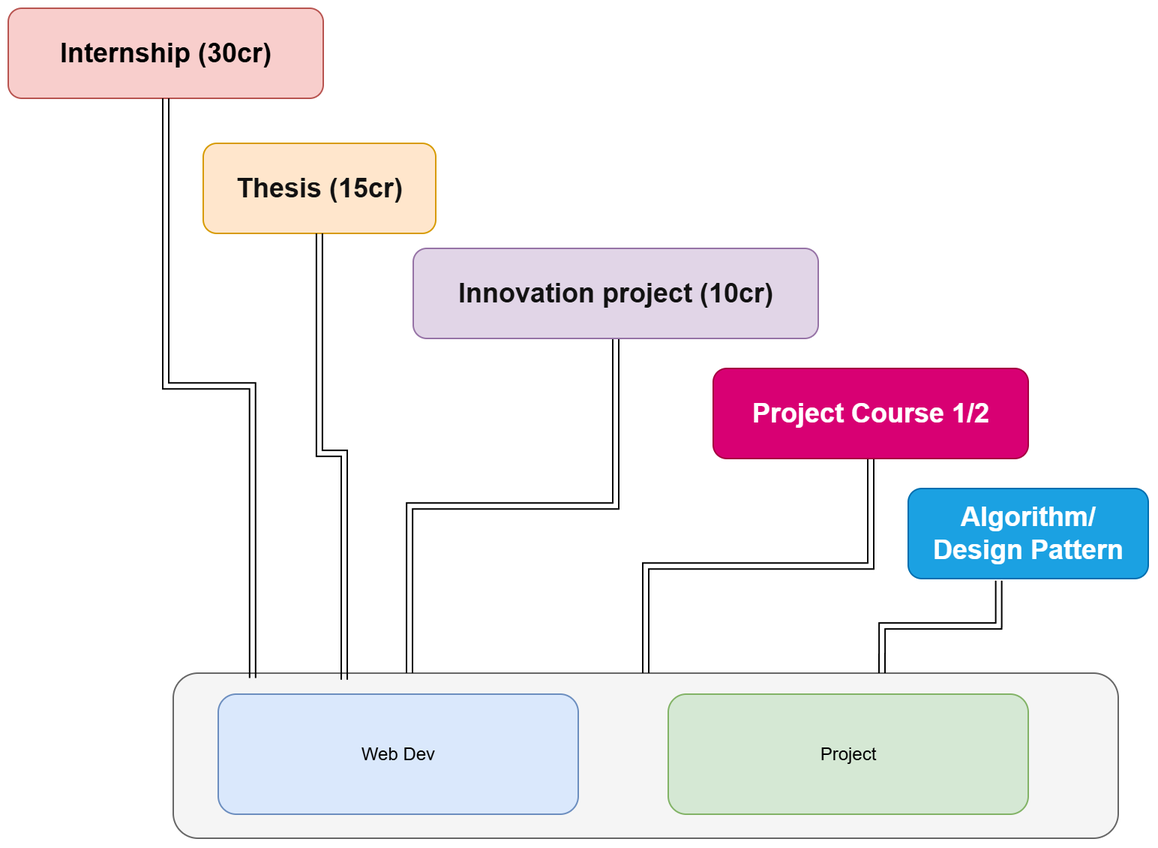
Earlier version of the draw.io export material/img/Relevance.png (tx00-web-en/Learning-Material-And-Tasks). Source tidied: cells renumbered, new cells last; positions are measured from the earlier drawing's top-left corner, leaving out a move shared by most shapes. Source of this version:
```xml
<mxGraphModel>
  <root>
    <mxCell id="0" />
    <mxCell id="1" parent="0" />
    <mxCell id="2" style="rounded=1;whiteSpace=wrap;html=1;fillColor=#f5f5f5;fontColor=#333333;strokeColor=#666666;" parent="1" vertex="1">
      <mxGeometry x="110" y="443" width="630" height="110" as="geometry" />
    </mxCell>
    <mxCell id="3" value="Web Dev" style="rounded=1;whiteSpace=wrap;html=1;fillColor=#dae8fc;strokeColor=#6c8ebf;" parent="1" vertex="1">
      <mxGeometry x="140" y="457" width="240" height="80" as="geometry" />
    </mxCell>
    <mxCell id="4" value="Project" style="rounded=1;whiteSpace=wrap;html=1;fillColor=#d5e8d4;strokeColor=#82b366;" parent="1" vertex="1">
      <mxGeometry x="440" y="457" width="240" height="80" as="geometry" />
    </mxCell>
    <mxCell id="5" value="&lt;b&gt;&lt;font style=&quot;font-size: 18px;&quot;&gt;Internship (30cr)&lt;/font&gt;&lt;/b&gt;" style="rounded=1;whiteSpace=wrap;html=1;fillColor=#f8cecc;strokeColor=#b85450;" parent="1" vertex="1">
      <mxGeometry width="210" height="60" as="geometry" />
    </mxCell>
    <mxCell id="6" style="edgeStyle=orthogonalEdgeStyle;rounded=0;jettySize=auto;html=1;entryX=0.084;entryY=0.03;entryDx=0;entryDy=0;entryPerimeter=0;endArrow=none;endFill=0;startArrow=classic;startFill=1;shape=link;" parent="1" edge="1" source="5" target="2">
      <mxGeometry relative="1" as="geometry" />
    </mxCell>
    <mxCell id="7" style="edgeStyle=orthogonalEdgeStyle;rounded=0;jettySize=auto;html=1;entryX=0.25;entryY=0;entryDx=0;entryDy=0;shape=link;" parent="1" edge="1" source="8" target="2">
      <mxGeometry relative="1" as="geometry" />
    </mxCell>
    <mxCell id="8" value="&lt;b&gt;&lt;font color=&quot;#121212&quot;&gt;&lt;font style=&quot;font-size: 18px;&quot;&gt;Innovation project (10cr)&lt;/font&gt;&lt;/font&gt;&lt;/b&gt;" style="rounded=1;whiteSpace=wrap;html=1;fillColor=#e1d5e7;strokeColor=#9673a6;" parent="1" vertex="1">
      <mxGeometry x="270" y="160" width="270" height="60" as="geometry" />
    </mxCell>
    <mxCell id="9" style="edgeStyle=orthogonalEdgeStyle;rounded=0;jettySize=auto;html=1;entryX=0.5;entryY=0;entryDx=0;entryDy=0;startArrow=none;startFill=0;shape=link;" parent="1" edge="1" source="10" target="2">
      <mxGeometry relative="1" as="geometry" />
    </mxCell>
    <mxCell id="10" value="&lt;b&gt;&lt;font style=&quot;font-size: 18px;&quot;&gt;Project Course 1/2&lt;/font&gt;&lt;/b&gt;" style="rounded=1;whiteSpace=wrap;html=1;fillColor=#d80073;strokeColor=#A50040;fontColor=#ffffff;" parent="1" vertex="1">
      <mxGeometry x="470" y="240" width="210" height="60" as="geometry" />
    </mxCell>
    <mxCell id="11" value="&lt;b&gt;&lt;font style=&quot;font-size: 18px;&quot;&gt;Algorithm/&lt;/font&gt;&lt;/b&gt;&lt;div&gt;&lt;b&gt;&lt;font style=&quot;font-size: 18px;&quot;&gt;Design Pattern&lt;/font&gt;&lt;/b&gt;&lt;/div&gt;" style="rounded=1;whiteSpace=wrap;html=1;fillColor=#1ba1e2;strokeColor=#006EAF;fontColor=#ffffff;" parent="1" vertex="1">
      <mxGeometry x="600" y="320" width="160" height="60" as="geometry" />
    </mxCell>
    <mxCell id="12" style="edgeStyle=orthogonalEdgeStyle;rounded=0;jettySize=auto;html=1;exitX=0.75;exitY=0;exitDx=0;exitDy=0;entryX=0.377;entryY=1.023;entryDx=0;entryDy=0;entryPerimeter=0;shape=link;" parent="1" edge="1" source="2" target="11">
      <mxGeometry relative="1" as="geometry" />
    </mxCell>
    <mxCell id="13" value="&lt;b&gt;&lt;font color=&quot;#121212&quot;&gt;&lt;font style=&quot;font-size: 18px;&quot;&gt;Thesis (15cr)&lt;/font&gt;&lt;/font&gt;&lt;/b&gt;" style="rounded=1;whiteSpace=wrap;html=1;fillColor=#ffe6cc;strokeColor=#d79b00;" parent="1" vertex="1">
      <mxGeometry x="130" y="90" width="155" height="60" as="geometry" />
    </mxCell>
    <mxCell id="14" style="edgeStyle=orthogonalEdgeStyle;rounded=0;jettySize=auto;html=1;entryX=0.181;entryY=0.04;entryDx=0;entryDy=0;entryPerimeter=0;shape=link;" parent="1" edge="1" source="13" target="2">
      <mxGeometry relative="1" as="geometry" />
    </mxCell>
  </root>
</mxGraphModel>
```
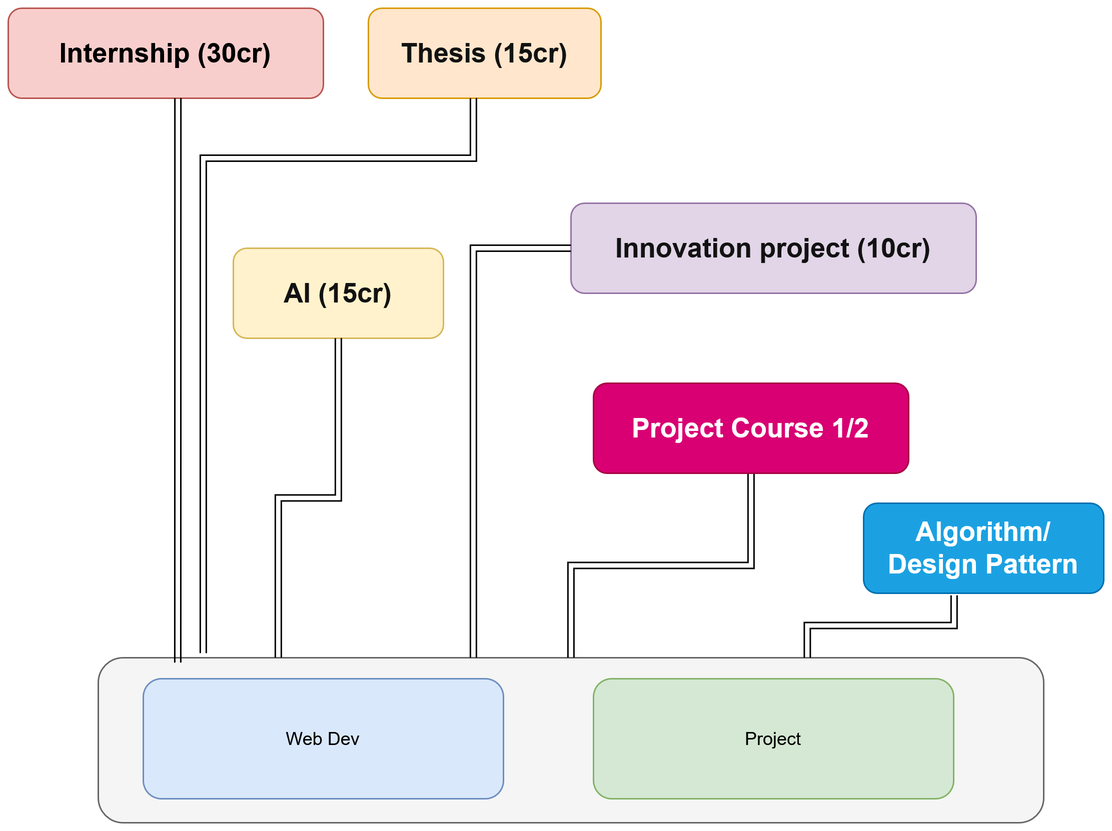
Above is the later version.

Change to the diagram source:
```diff
@@ -1,45 +1,66 @@
 <mxGraphModel>
   <root>
-    <mxCell id="0" />
-    <mxCell id="1" parent="0" />
-    <mxCell id="2" style="rounded=1;whiteSpace=wrap;html=1;fillColor=#f5f5f5;fontColor=#333333;strokeColor=#666666;" parent="1" vertex="1">
-      <mxGeometry x="110" y="443" width="630" height="110" as="geometry" />
-    </mxCell>
+    <mxCell id="15" />
+    <mxCell id="16" parent="15" />
+    <mxCell id="17" style="rounded=1;whiteSpace=wrap;html=1;fillColor=#f5f5f5;fontColor=#333333;strokeColor=#666666;" parent="16" vertex="1">
+      <mxGeometry x="330" y="1013" width="630" height="110" as="geometry" />
+    </mxCell>
-    <mxCell id="3" value="Web Dev" style="rounded=1;whiteSpace=wrap;html=1;fillColor=#dae8fc;strokeColor=#6c8ebf;" parent="1" vertex="1">
-      <mxGeometry x="140" y="457" width="240" height="80" as="geometry" />
+    <mxCell id="3" value="Web Dev" style="rounded=1;whiteSpace=wrap;html=1;fillColor=#dae8fc;strokeColor=#6c8ebf;" parent="16" vertex="1">
+      <mxGeometry x="360" y="1027" width="240" height="80" as="geometry" />
     </mxCell>
-    <mxCell id="4" value="Project" style="rounded=1;whiteSpace=wrap;html=1;fillColor=#d5e8d4;strokeColor=#82b366;" parent="1" vertex="1">
-      <mxGeometry x="440" y="457" width="240" height="80" as="geometry" />
+    <mxCell id="4" value="Project" style="rounded=1;whiteSpace=wrap;html=1;fillColor=#d5e8d4;strokeColor=#82b366;" parent="16" vertex="1">
+      <mxGeometry x="660" y="1027" width="240" height="80" as="geometry" />
     </mxCell>
-    <mxCell id="5" value="&lt;b&gt;&lt;font style=&quot;font-size: 18px;&quot;&gt;Internship (30cr)&lt;/font&gt;&lt;/b&gt;" style="rounded=1;whiteSpace=wrap;html=1;fillColor=#f8cecc;strokeColor=#b85450;" parent="1" vertex="1">
-      <mxGeometry width="210" height="60" as="geometry" />
+    <mxCell id="5" value="&lt;b&gt;&lt;font style=&quot;font-size: 18px;&quot;&gt;Internship (30cr)&lt;/font&gt;&lt;/b&gt;" style="rounded=1;whiteSpace=wrap;html=1;fillColor=#f8cecc;strokeColor=#b85450;" parent="16" vertex="1">
+      <mxGeometry x="270" y="580" width="210" height="60" as="geometry" />
     </mxCell>
-    <mxCell id="6" style="edgeStyle=orthogonalEdgeStyle;rounded=0;jettySize=auto;html=1;entryX=0.084;entryY=0.03;entryDx=0;entryDy=0;entryPerimeter=0;endArrow=none;endFill=0;startArrow=classic;startFill=1;shape=link;" parent="1" edge="1" source="5" target="2">
-      <mxGeometry relative="1" as="geometry" />
-    </mxCell>
-    <mxCell id="7" style="edgeStyle=orthogonalEdgeStyle;rounded=0;jettySize=auto;html=1;entryX=0.25;entryY=0;entryDx=0;entryDy=0;shape=link;" parent="1" edge="1" source="8" target="2">
-      <mxGeometry relative="1" as="geometry" />
-    </mxCell>
+    <mxCell id="18" style="edgeStyle=orthogonalEdgeStyle;rounded=0;jettySize=auto;html=1;entryX=0.084;entryY=0.03;entryDx=0;entryDy=0;entryPerimeter=0;endArrow=none;endFill=0;startArrow=classic;startFill=1;shape=link;" parent="16" edge="1" source="5" target="17">
+      <mxGeometry relative="1" as="geometry">
+        <Array as="points">
+          <mxPoint x="383" y="700" />
+          <mxPoint x="383" y="700" />
+        </Array>
+      </mxGeometry>
+    </mxCell>
-    <mxCell id="8" value="&lt;b&gt;&lt;font color=&quot;#121212&quot;&gt;&lt;font style=&quot;font-size: 18px;&quot;&gt;Innovation project (10cr)&lt;/font&gt;&lt;/font&gt;&lt;/b&gt;" style="rounded=1;whiteSpace=wrap;html=1;fillColor=#e1d5e7;strokeColor=#9673a6;" parent="1" vertex="1">
-      <mxGeometry x="270" y="160" width="270" height="60" as="geometry" />
+    <mxCell id="8" value="&lt;b&gt;&lt;font color=&quot;#121212&quot;&gt;&lt;font style=&quot;font-size: 18px;&quot;&gt;Innovation project (10cr)&lt;/font&gt;&lt;/font&gt;&lt;/b&gt;" style="rounded=1;whiteSpace=wrap;html=1;fillColor=#e1d5e7;strokeColor=#9673a6;" parent="16" vertex="1">
+      <mxGeometry x="645" y="710" width="270" height="60" as="geometry" />
     </mxCell>
-    <mxCell id="9" style="edgeStyle=orthogonalEdgeStyle;rounded=0;jettySize=auto;html=1;entryX=0.5;entryY=0;entryDx=0;entryDy=0;startArrow=none;startFill=0;shape=link;" parent="1" edge="1" source="10" target="2">
-      <mxGeometry relative="1" as="geometry" />
-    </mxCell>
+    <mxCell id="19" style="edgeStyle=orthogonalEdgeStyle;rounded=0;jettySize=auto;html=1;entryX=0.5;entryY=0;entryDx=0;entryDy=0;startArrow=none;startFill=0;shape=link;" parent="16" edge="1" source="10" target="17">
+      <mxGeometry relative="1" as="geometry" />
+    </mxCell>
-    <mxCell id="10" value="&lt;b&gt;&lt;font style=&quot;font-size: 18px;&quot;&gt;Project Course 1/2&lt;/font&gt;&lt;/b&gt;" style="rounded=1;whiteSpace=wrap;html=1;fillColor=#d80073;strokeColor=#A50040;fontColor=#ffffff;" parent="1" vertex="1">
-      <mxGeometry x="470" y="240" width="210" height="60" as="geometry" />
+    <mxCell id="10" value="&lt;b&gt;&lt;font style=&quot;font-size: 18px;&quot;&gt;Project Course 1/2&lt;/font&gt;&lt;/b&gt;" style="rounded=1;whiteSpace=wrap;html=1;fillColor=#d80073;strokeColor=#A50040;fontColor=#ffffff;" parent="16" vertex="1">
+      <mxGeometry x="660" y="830" width="210" height="60" as="geometry" />
     </mxCell>
-    <mxCell id="11" value="&lt;b&gt;&lt;font style=&quot;font-size: 18px;&quot;&gt;Algorithm/&lt;/font&gt;&lt;/b&gt;&lt;div&gt;&lt;b&gt;&lt;font style=&quot;font-size: 18px;&quot;&gt;Design Pattern&lt;/font&gt;&lt;/b&gt;&lt;/div&gt;" style="rounded=1;whiteSpace=wrap;html=1;fillColor=#1ba1e2;strokeColor=#006EAF;fontColor=#ffffff;" parent="1" vertex="1">
-      <mxGeometry x="600" y="320" width="160" height="60" as="geometry" />
+    <mxCell id="11" value="&lt;b&gt;&lt;font style=&quot;font-size: 18px;&quot;&gt;Algorithm/&lt;/font&gt;&lt;/b&gt;&lt;div&gt;&lt;b&gt;&lt;font style=&quot;font-size: 18px;&quot;&gt;Design Pattern&lt;/font&gt;&lt;/b&gt;&lt;/div&gt;" style="rounded=1;whiteSpace=wrap;html=1;fillColor=#1ba1e2;strokeColor=#006EAF;fontColor=#ffffff;" parent="16" vertex="1">
+      <mxGeometry x="840" y="910" width="160" height="60" as="geometry" />
     </mxCell>
-    <mxCell id="12" style="edgeStyle=orthogonalEdgeStyle;rounded=0;jettySize=auto;html=1;exitX=0.75;exitY=0;exitDx=0;exitDy=0;entryX=0.377;entryY=1.023;entryDx=0;entryDy=0;entryPerimeter=0;shape=link;" parent="1" edge="1" source="2" target="11">
-      <mxGeometry relative="1" as="geometry" />
-    </mxCell>
+    <mxCell id="20" style="edgeStyle=orthogonalEdgeStyle;rounded=0;jettySize=auto;html=1;exitX=0.75;exitY=0;exitDx=0;exitDy=0;entryX=0.377;entryY=1.023;entryDx=0;entryDy=0;entryPerimeter=0;shape=link;" parent="16" edge="1" source="17" target="11">
+      <mxGeometry relative="1" as="geometry" />
+    </mxCell>
-    <mxCell id="13" value="&lt;b&gt;&lt;font color=&quot;#121212&quot;&gt;&lt;font style=&quot;font-size: 18px;&quot;&gt;Thesis (15cr)&lt;/font&gt;&lt;/font&gt;&lt;/b&gt;" style="rounded=1;whiteSpace=wrap;html=1;fillColor=#ffe6cc;strokeColor=#d79b00;" parent="1" vertex="1">
-      <mxGeometry x="130" y="90" width="155" height="60" as="geometry" />
+    <mxCell id="13" value="&lt;b&gt;&lt;font color=&quot;#121212&quot;&gt;&lt;font style=&quot;font-size: 18px;&quot;&gt;Thesis (15cr)&lt;/font&gt;&lt;/font&gt;&lt;/b&gt;" style="rounded=1;whiteSpace=wrap;html=1;fillColor=#ffe6cc;strokeColor=#d79b00;" parent="16" vertex="1">
+      <mxGeometry x="510" y="580" width="155" height="60" as="geometry" />
     </mxCell>
-    <mxCell id="14" style="edgeStyle=orthogonalEdgeStyle;rounded=0;jettySize=auto;html=1;entryX=0.181;entryY=0.04;entryDx=0;entryDy=0;entryPerimeter=0;shape=link;" parent="1" edge="1" source="13" target="2">
-      <mxGeometry relative="1" as="geometry" />
-    </mxCell>
+    <mxCell id="21" style="edgeStyle=orthogonalEdgeStyle;rounded=0;jettySize=auto;html=1;shape=link;" parent="16" edge="1" source="13">
+      <mxGeometry relative="1" as="geometry">
+        <mxPoint x="400" y="1010" as="targetPoint" />
+        <Array as="points">
+          <mxPoint x="580" y="680" />
+          <mxPoint x="400" y="680" />
+        </Array>
+      </mxGeometry>
+    </mxCell>
+    <mxCell id="22" value="&lt;b&gt;&lt;font color=&quot;#121212&quot;&gt;&lt;font style=&quot;font-size: 18px;&quot;&gt;AI (15cr)&lt;/font&gt;&lt;/font&gt;&lt;/b&gt;" style="rounded=1;whiteSpace=wrap;html=1;fillColor=#fff2cc;strokeColor=#d6b656;" parent="16" vertex="1">
+      <mxGeometry x="420" y="740" width="140" height="60" as="geometry" />
+    </mxCell>
+    <mxCell id="23" style="edgeStyle=orthogonalEdgeStyle;rounded=0;jettySize=auto;html=1;startArrow=none;startFill=0;shape=link;" parent="16" edge="1" source="22">
+      <mxGeometry relative="1" as="geometry">
+        <mxPoint x="450" y="1013" as="targetPoint" />
+      </mxGeometry>
+    </mxCell>
+    <mxCell id="24" style="edgeStyle=orthogonalEdgeStyle;rounded=0;jettySize=auto;html=1;startArrow=none;startFill=0;shape=link;exitX=0;exitY=0.5;exitDx=0;exitDy=0;" parent="16" edge="1" source="8">
+      <mxGeometry relative="1" as="geometry">
+        <mxPoint x="580" y="1013" as="targetPoint" />
+      </mxGeometry>
+    </mxCell>
   </root>
 </mxGraphModel>
```
